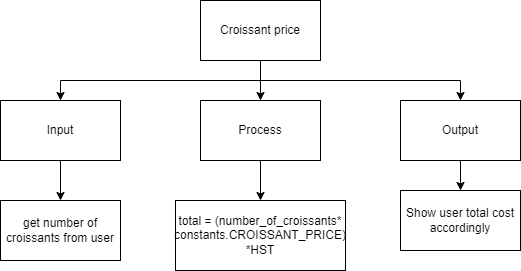
Huzaifa-Khalid-2/ICS3U-Assigment4-Python keeps this draw.io diagram as design.png. Above is the earlier version. Source tidied: cells renumbered, new cells last; positions are measured from the earlier drawing's top-left corner, leaving out a move shared by most shapes.
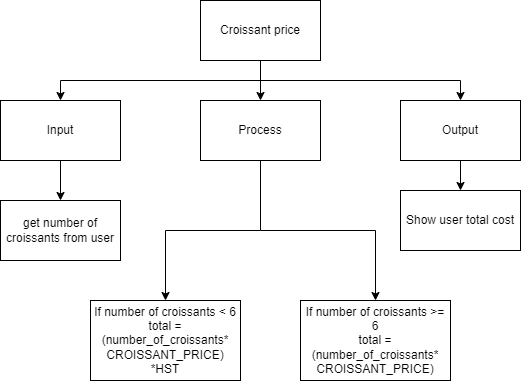
Above is the later version.

Change to the diagram source:
```diff
@@ -19,11 +19,12 @@
     <mxCell id="6" value="Input" style="rounded=0;whiteSpace=wrap;html=1;" parent="1" vertex="1">
       <mxGeometry y="100" width="120" height="60" as="geometry" />
     </mxCell>
-    <mxCell id="7" style="edgeStyle=orthogonalEdgeStyle;rounded=0;html=1;" parent="1" edge="1" source="8">
-      <mxGeometry relative="1" as="geometry">
-        <mxPoint x="260" y="200" as="targetPoint" />
-      </mxGeometry>
+    <mxCell id="7" style="edgeStyle=orthogonalEdgeStyle;rounded=0;html=1;entryX=0.5;entryY=0;entryDx=0;entryDy=0;" parent="1" edge="1" source="8" target="16">
+      <mxGeometry relative="1" as="geometry" />
     </mxCell>
+    <mxCell id="15" style="edgeStyle=elbowEdgeStyle;html=1;elbow=vertical;rounded=0;entryX=0.5;entryY=0;entryDx=0;entryDy=0;" parent="1" edge="1" source="8" target="17">
+      <mxGeometry relative="1" as="geometry" />
+    </mxCell>
     <mxCell id="8" value="Process" style="rounded=0;whiteSpace=wrap;html=1;" parent="1" vertex="1">
       <mxGeometry x="200" y="100" width="120" height="60" as="geometry" />
     </mxCell>
@@ -36,7 +37,7 @@
     <mxCell id="11" value="get number of croissants from user" style="rounded=0;whiteSpace=wrap;html=1;" parent="1" vertex="1">
       <mxGeometry y="200" width="120" height="60" as="geometry" />
     </mxCell>
-    <mxCell id="12" value="Show user total cost accordingly" style="rounded=0;whiteSpace=wrap;html=1;" parent="1" vertex="1">
+    <mxCell id="12" value="Show user total cost" style="rounded=0;whiteSpace=wrap;html=1;" parent="1" vertex="1">
       <mxGeometry x="400" y="190" width="120" height="60" as="geometry" />
     </mxCell>
     <mxCell id="13" style="edgeStyle=orthogonalEdgeStyle;html=1;entryX=0.5;entryY=0;entryDx=0;entryDy=0;rounded=0;" parent="1" edge="1">
@@ -45,8 +46,11 @@
         <mxPoint x="460" y="100" as="targetPoint" />
       </mxGeometry>
     </mxCell>
-    <mxCell id="14" value="total = (number_of_croissants* constants.CROISSANT_PRICE) *HST" style="rounded=0;whiteSpace=wrap;html=1;" parent="1" vertex="1">
-      <mxGeometry x="175" y="200" width="170" height="70" as="geometry" />
-    </mxCell>
+    <mxCell id="16" value="If number of croissants &amp;lt; 6&lt;br&gt;total =(number_of_croissants* CROISSANT_PRICE) *HST" style="rounded=0;whiteSpace=wrap;html=1;" parent="1" vertex="1">
+      <mxGeometry x="90" y="300" width="150" height="80" as="geometry" />
+    </mxCell>
+    <mxCell id="17" value="If number of croissants &amp;gt;= 6&lt;br&gt;total =(number_of_croissants* CROISSANT_PRICE)" style="rounded=0;whiteSpace=wrap;html=1;" parent="1" vertex="1">
+      <mxGeometry x="300" y="300" width="150" height="80" as="geometry" />
+    </mxCell>
   </root>
 </mxGraphModel>
```
